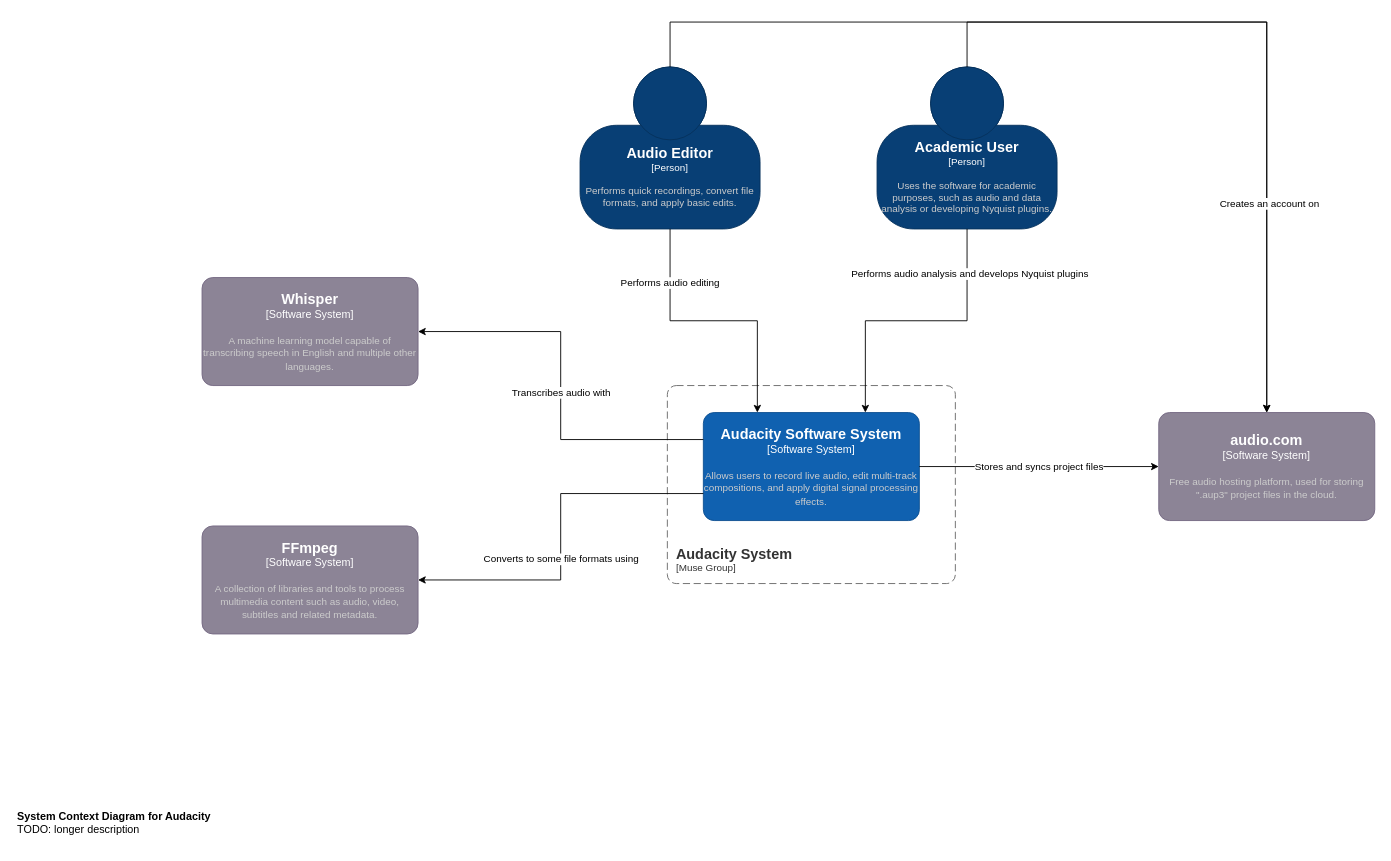
SDA-group2/audacity-project-analysis keeps this draw.io diagram as report-software-architecture/drawio/context-diagram.drawio. Above is the earlier version. Source tidied: cells renumbered, new cells numbered last; positions are measured from the earlier drawing's top-left corner, leaving out a move shared by most shapes. Both pictures are drawn from the tidied source at 90%, with x=0, y=0 at pixel (15, 22).
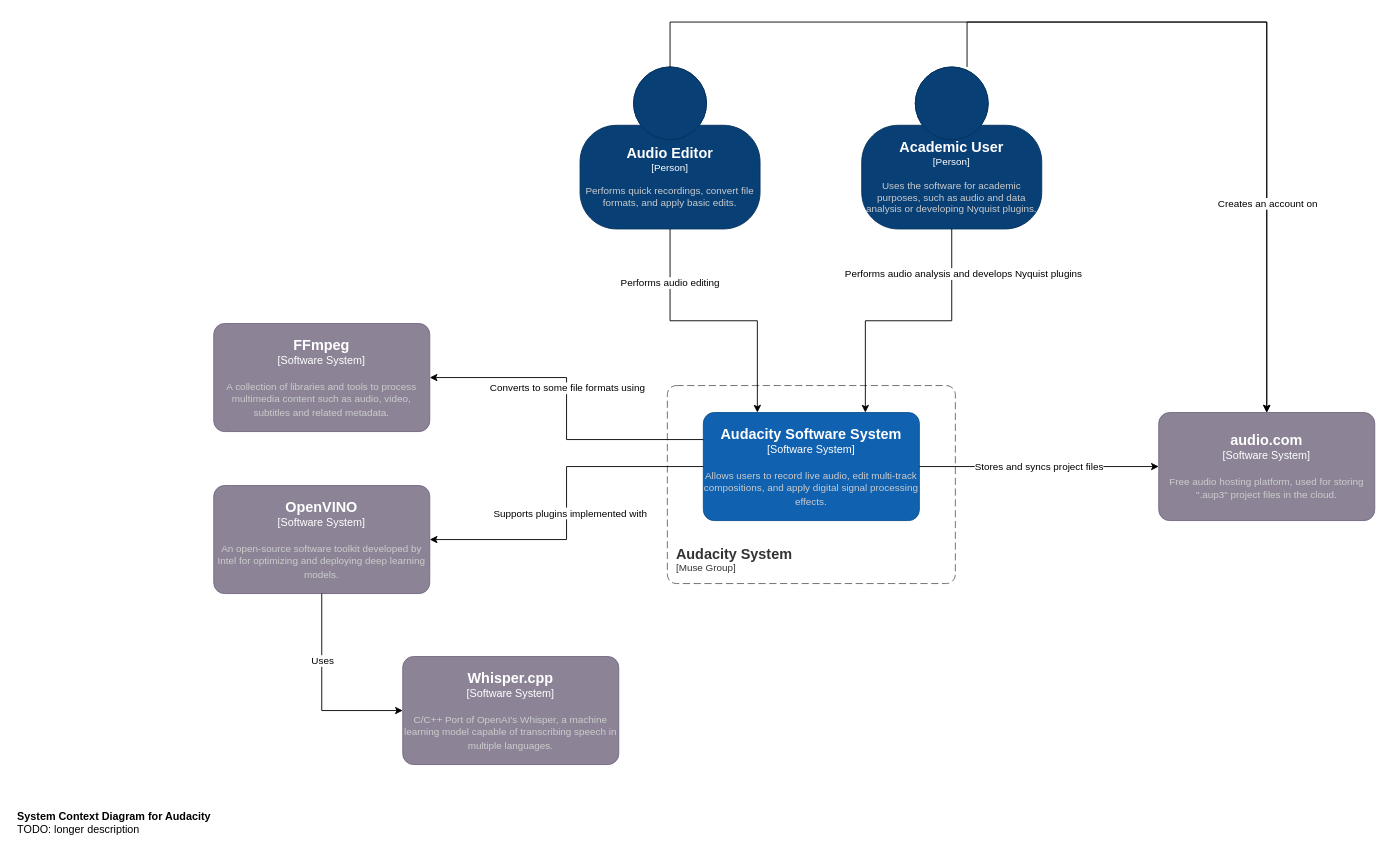
Above is the later version.

Commit message:
add openvino to the context diagram

Unchanged cells that the change refers to:
```xml
<object id="4" label="&lt;font style=&quot;font-size: 16px&quot;&gt;&lt;b&gt;%c4Name%&lt;/b&gt;&lt;/font&gt;&lt;div&gt;[%c4Type%]&lt;/div&gt;&lt;br&gt;&lt;div&gt;&lt;font style=&quot;font-size: 11px&quot;&gt;&lt;font color=&quot;#cccccc&quot;&gt;%c4Description%&lt;/font&gt;&lt;/div&gt;" c4Description="Allows users to record live audio, edit multi-track compositions, and apply digital signal processing effects." c4Name="Audacity Software System" c4Type="Software System" placeholders="1">
  <mxCell style="rounded=1;whiteSpace=wrap;html=1;labelBackgroundColor=none;fillColor=#1061B0;fontColor=#ffffff;align=center;arcSize=10;strokeColor=#0D5091;points=[[0.25,0,0],[0.5,0,0],[0.75,0,0],[1,0.25,0],[1,0.5,0],[1,0.75,0],[0.75,1,0],[0.5,1,0],[0.25,1,0],[0,0.75,0],[0,0.5,0],[0,0.25,0]];" parent="1" vertex="1">
    <mxGeometry x="764" y="433.9" width="240" height="120" as="geometry" />
  </mxCell>
</object>
<mxCell id="19" style="edgeStyle=orthogonalEdgeStyle;rounded=0;jettySize=auto;html=1;entryX=0.5;entryY=0;entryDx=0;entryDy=0;entryPerimeter=0;" parent="1" edge="1" source="3" target="7">
  <mxGeometry relative="1" as="geometry">
    <Array as="points">
      <mxPoint x="1057" />
      <mxPoint x="1390" />
    </Array>
  </mxGeometry>
</mxCell>
```

The edit, as a diff of the source:
```diff
@@
     <object id="3" label="&lt;font style=&quot;font-size: 16px&quot;&gt;&lt;b&gt;%c4Name%&lt;/b&gt;&lt;/font&gt;&lt;div&gt;[%c4Type%]&lt;/div&gt;&lt;br&gt;&lt;div&gt;&lt;font style=&quot;font-size: 11px&quot;&gt;&lt;font color=&quot;#cccccc&quot;&gt;%c4Description%&lt;/font&gt;&lt;/div&gt;" c4Description="Uses the software for academic purposes, such as audio and data analysis or developing Nyquist plugins." c4Name="Academic User" c4Type="Person" placeholders="1">
       <mxCell style="html=1;fontSize=11;dashed=0;whiteSpace=wrap;fillColor=#083F75;strokeColor=#06315C;fontColor=#ffffff;shape=mxgraph.c4.person2;align=center;points=[[0.5,0,0],[1,0.5,0],[1,0.75,0],[0.75,1,0],[0.5,1,0],[0.25,1,0],[0,0.75,0],[0,0.5,0]];" parent="1" vertex="1">
-        <mxGeometry x="957" y="49.9" width="200" height="180" as="geometry" />
+        <mxGeometry x="940" y="49.9" width="200" height="180" as="geometry" />
       </mxCell>
     </object>
@@
     <object id="6" label="&lt;font style=&quot;font-size: 16px&quot;&gt;&lt;b&gt;%c4Name%&lt;/b&gt;&lt;/font&gt;&lt;div&gt;[%c4Type%]&lt;/div&gt;&lt;br&gt;&lt;div&gt;&lt;font style=&quot;font-size: 11px&quot;&gt;&lt;font color=&quot;#cccccc&quot;&gt;%c4Description%&lt;/font&gt;&lt;/div&gt;" c4Description="A collection of libraries and tools to process multimedia content such as audio, video, subtitles and related metadata." c4Name="FFmpeg" c4Type="Software System" placeholders="1">
       <mxCell style="rounded=1;whiteSpace=wrap;html=1;labelBackgroundColor=none;fillColor=#8C8496;fontColor=#ffffff;align=center;arcSize=10;strokeColor=#736782;points=[[0.25,0,0],[0.5,0,0],[0.75,0,0],[1,0.25,0],[1,0.5,0],[1,0.75,0],[0.75,1,0],[0.5,1,0],[0.25,1,0],[0,0.75,0],[0,0.5,0],[0,0.25,0]];" parent="1" vertex="1">
-        <mxGeometry x="207" y="559.9" width="240" height="120" as="geometry" />
+        <mxGeometry x="220" y="335" width="240" height="120" as="geometry" />
       </mxCell>
     </object>
@@
-    <object id="8" label="&lt;font style=&quot;font-size: 16px&quot;&gt;&lt;b&gt;%c4Name%&lt;/b&gt;&lt;/font&gt;&lt;div&gt;[%c4Type%]&lt;/div&gt;&lt;br&gt;&lt;div&gt;&lt;font style=&quot;font-size: 11px&quot;&gt;&lt;font color=&quot;#cccccc&quot;&gt;%c4Description%&lt;/font&gt;&lt;/div&gt;" c4Description="A machine learning model capable of transcribing speech in English and multiple other languages." c4Name="Whisper" c4Type="Software System" placeholders="1">
+    <object id="8" label="&lt;font style=&quot;font-size: 16px&quot;&gt;&lt;b&gt;%c4Name%&lt;/b&gt;&lt;/font&gt;&lt;div&gt;[%c4Type%]&lt;/div&gt;&lt;br&gt;&lt;div&gt;&lt;font style=&quot;font-size: 11px&quot;&gt;&lt;font color=&quot;#cccccc&quot;&gt;%c4Description%&lt;/font&gt;&lt;/div&gt;" c4Description="C/C++ Port of OpenAI's Whisper, a machine learning model capable of transcribing speech in multiple languages." c4Name="Whisper.cpp" c4Type="Software System" placeholders="1">
       <mxCell style="rounded=1;whiteSpace=wrap;html=1;labelBackgroundColor=none;fillColor=#8C8496;fontColor=#ffffff;align=center;arcSize=10;strokeColor=#736782;points=[[0.25,0,0],[0.5,0,0],[0.75,0,0],[1,0.25,0],[1,0.5,0],[1,0.75,0],[0.75,1,0],[0.5,1,0],[0.25,1,0],[0,0.75,0],[0,0.5,0],[0,0.25,0]];" parent="1" vertex="1">
-        <mxGeometry x="207" y="283.9" width="240" height="120" as="geometry" />
+        <mxGeometry x="430" y="705" width="240" height="120" as="geometry" />
       </mxCell>
     </object>
@@
-    <mxCell id="15" value="Transcribes audio with" style="edgeStyle=orthogonalEdgeStyle;rounded=0;jettySize=auto;html=1;exitX=0;exitY=0.25;exitDx=0;exitDy=0;exitPerimeter=0;entryX=1;entryY=0.5;entryDx=0;entryDy=0;entryPerimeter=0;" parent="1" edge="1" source="4" target="8">
-      <mxGeometry x="-0.04" relative="1" as="geometry" />
-    </mxCell>
-    <mxCell id="16" style="edgeStyle=orthogonalEdgeStyle;rounded=0;jettySize=auto;html=1;exitX=0;exitY=0.75;exitDx=0;exitDy=0;exitPerimeter=0;entryX=1;entryY=0.5;entryDx=0;entryDy=0;entryPerimeter=0;" parent="1" edge="1" source="4" target="6">
+    <mxCell id="16" style="edgeStyle=orthogonalEdgeStyle;rounded=0;jettySize=auto;html=1;entryX=1;entryY=0.5;entryDx=0;entryDy=0;entryPerimeter=0;exitX=0;exitY=0.25;exitDx=0;exitDy=0;exitPerimeter=0;" parent="1" edge="1" source="4" target="6">
       <mxGeometry relative="1" as="geometry" />
     </mxCell>
@@
     <mxCell id="20" value="Creates an account on" style="edgeLabel;html=1;align=center;verticalAlign=middle;" parent="19" vertex="1">
-      <mxGeometry x="0.43" y="2" relative="1" as="geometry" />
+      <mxGeometry x="0.43" y="2" relative="1" as="geometry">
+        <mxPoint x="-2" as="offset" />
+      </mxGeometry>
     </mxCell>
+    <object id="21" label="&lt;font style=&quot;font-size: 16px&quot;&gt;&lt;b&gt;%c4Name%&lt;/b&gt;&lt;/font&gt;&lt;div&gt;[%c4Type%]&lt;/div&gt;&lt;br&gt;&lt;div&gt;&lt;font style=&quot;font-size: 11px&quot;&gt;&lt;font color=&quot;#cccccc&quot;&gt;%c4Description%&lt;/font&gt;&lt;/div&gt;" c4Description="An open-source software toolkit developed by Intel for optimizing and deploying deep learning models." c4Name="OpenVINO" c4Type="Software System" placeholders="1">
+      <mxCell style="rounded=1;whiteSpace=wrap;html=1;labelBackgroundColor=none;fillColor=#8C8496;fontColor=#ffffff;align=center;arcSize=10;strokeColor=#736782;points=[[0.25,0,0],[0.5,0,0],[0.75,0,0],[1,0.25,0],[1,0.5,0],[1,0.75,0],[0.75,1,0],[0.5,1,0],[0.25,1,0],[0,0.75,0],[0,0.5,0],[0,0.25,0]];" parent="1" vertex="1">
+        <mxGeometry x="220" y="515" width="240" height="120" as="geometry" />
+      </mxCell>
+    </object>
+    <mxCell id="22" style="edgeStyle=orthogonalEdgeStyle;rounded=0;jettySize=auto;html=1;exitX=0;exitY=0.5;exitDx=0;exitDy=0;exitPerimeter=0;entryX=1;entryY=0.5;entryDx=0;entryDy=0;entryPerimeter=0;" parent="1" edge="1" source="4" target="21">
+      <mxGeometry relative="1" as="geometry" />
+    </mxCell>
+    <mxCell id="23" value="Supports plugins&lt;span style=&quot;background-color: light-dark(#ffffff, var(--ge-dark-color, #121212)); color: light-dark(rgb(0, 0, 0), rgb(255, 255, 255));&quot;&gt;&amp;nbsp;implemented with&lt;/span&gt;" style="edgeLabel;html=1;align=center;verticalAlign=middle;" parent="22" vertex="1">
+      <mxGeometry x="0.13" y="3" relative="1" as="geometry">
+        <mxPoint y="-14" as="offset" />
+      </mxGeometry>
+    </mxCell>
+    <mxCell id="24" style="edgeStyle=orthogonalEdgeStyle;rounded=0;jettySize=auto;html=1;exitX=0.5;exitY=1;exitDx=0;exitDy=0;exitPerimeter=0;entryX=0;entryY=0.5;entryDx=0;entryDy=0;entryPerimeter=0;" parent="1" edge="1" source="21" target="8">
+      <mxGeometry relative="1" as="geometry" />
+    </mxCell>
+    <mxCell id="25" value="Uses" style="edgeLabel;html=1;align=center;verticalAlign=middle;" parent="24" vertex="1">
+      <mxGeometry x="-0.33" relative="1" as="geometry" />
+    </mxCell>
```
